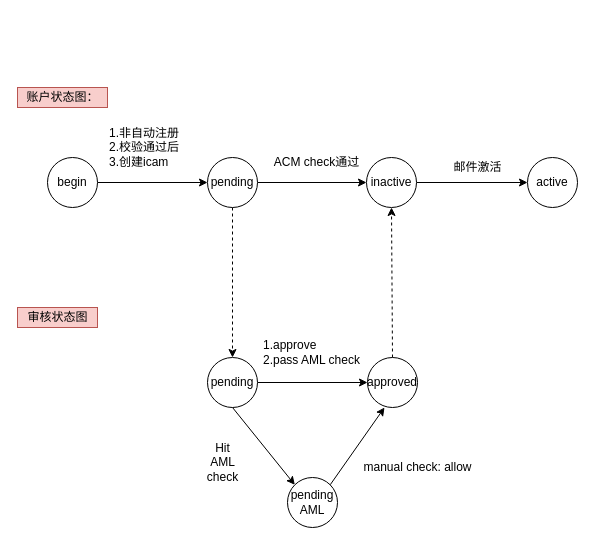
This is page "income-user-status-diagram" (9 of 9) of Untitled Diagram.drawio from wang86924324/workstation, a draw.io file, before an edit. Source tidied: cells renumbered, new cells numbered last; positions are measured from the earlier drawing's top-left corner, leaving out a move shared by most shapes. Both pictures are drawn from the tidied source at 100%, with x=0, y=0 at pixel (17, 87).
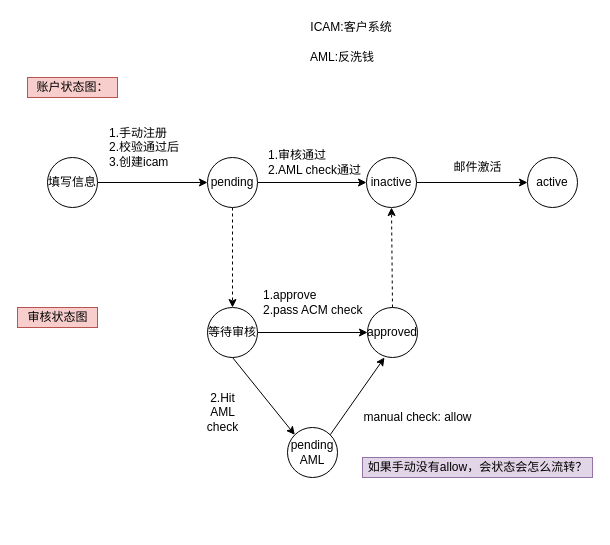
After the change.

The edit, as a diff of the source:
```diff
@@
-    <mxCell id="4" value="begin" style="ellipse;whiteSpace=wrap;html=1;" parent="1" vertex="1">
+    <mxCell id="4" value="填写信息" style="ellipse;whiteSpace=wrap;html=1;" parent="1" vertex="1">
       <mxGeometry x="30" y="70" width="50" height="50" as="geometry" />
     </mxCell>
-    <mxCell id="5" value="ACM check通过" style="text;html=1;align=center;verticalAlign=middle;strokeColor=none;" parent="1" vertex="1">
-      <mxGeometry x="249" y="65" width="100" height="20" as="geometry" />
+    <mxCell id="5" value="1.审核通过&lt;br&gt;2.AML check通过" style="text;html=1;align=left;verticalAlign=middle;strokeColor=none;" parent="1" vertex="1">
+      <mxGeometry x="249" y="60" width="110" height="30" as="geometry" />
     </mxCell>
     <mxCell id="6" value="账户状态图：" style="text;html=1;align=center;verticalAlign=middle;strokeColor=#b85450;fillColor=#f8cecc;" parent="1" vertex="1">
-      <mxGeometry width="90" height="20" as="geometry" />
+      <mxGeometry x="10" y="-10" width="90" height="20" as="geometry" />
     </mxCell>
@@
-    <mxCell id="8" value="1.approve&lt;br&gt;2.pass AML check" style="text;html=1;align=left;verticalAlign=middle;strokeColor=none;" parent="1" vertex="1">
-      <mxGeometry x="244" y="250" width="110" height="30" as="geometry" />
+    <mxCell id="8" value="1.approve&lt;br&gt;2.pass ACM check" style="text;html=1;align=left;verticalAlign=middle;strokeColor=none;" parent="1" vertex="1">
+      <mxGeometry x="244" y="200" width="110" height="30" as="geometry" />
     </mxCell>
-    <mxCell id="9" value="Hit &lt;br&gt;AML &lt;br&gt;check" style="text;html=1;align=center;verticalAlign=middle;strokeColor=none;" parent="1" vertex="1">
-      <mxGeometry x="180" y="350" width="50" height="50" as="geometry" />
+    <mxCell id="9" value="2.Hit &lt;br&gt;AML &lt;br&gt;check" style="text;html=1;align=center;verticalAlign=middle;strokeColor=none;" parent="1" vertex="1">
+      <mxGeometry x="180" y="300" width="50" height="50" as="geometry" />
     </mxCell>
     <mxCell id="10" value="manual check: allow" style="text;html=1;align=center;verticalAlign=middle;strokeColor=none;" parent="1" vertex="1">
-      <mxGeometry x="340" y="370" width="120" height="20" as="geometry" />
+      <mxGeometry x="340" y="320" width="120" height="20" as="geometry" />
     </mxCell>
-    <mxCell id="11" value="1.非自动注册&lt;br&gt;2.校验通过后&lt;br&gt;3.创建icam" style="text;html=1;align=left;verticalAlign=middle;strokeColor=none;" parent="1" vertex="1">
+    <mxCell id="11" value="1.手动注册&lt;br&gt;2.校验通过后&lt;br&gt;3.创建icam" style="text;html=1;align=left;verticalAlign=middle;strokeColor=none;" parent="1" vertex="1">
       <mxGeometry x="90" y="35" width="90" height="50" as="geometry" />
     </mxCell>
@@
-    <mxCell id="20" value="pending" style="ellipse;whiteSpace=wrap;html=1;" parent="1" vertex="1">
-      <mxGeometry x="190" y="270" width="50" height="50" as="geometry" />
+    <mxCell id="20" value="等待审核" style="ellipse;whiteSpace=wrap;html=1;" parent="1" vertex="1">
+      <mxGeometry x="190" y="220" width="50" height="50" as="geometry" />
     </mxCell>
@@
     <mxCell id="22" value="approved" style="ellipse;whiteSpace=wrap;html=1;" parent="1" vertex="1">
-      <mxGeometry x="350" y="270" width="50" height="50" as="geometry" />
+      <mxGeometry x="350" y="220" width="50" height="50" as="geometry" />
     </mxCell>
@@
     <mxCell id="24" value="pending&lt;br&gt;AML" style="ellipse;whiteSpace=wrap;html=1;" parent="1" vertex="1">
-      <mxGeometry x="270" y="390" width="50" height="50" as="geometry" />
+      <mxGeometry x="270" y="340" width="50" height="50" as="geometry" />
     </mxCell>
+    <mxCell id="25" value="ICAM:客户系统" style="text;html=1;strokeColor=none;fillColor=none;align=center;verticalAlign=middle;whiteSpace=wrap;rounded=0;" parent="1" vertex="1">
+      <mxGeometry x="269" y="-70" width="130" height="20" as="geometry" />
+    </mxCell>
+    <mxCell id="26" value="如果手动没有allow，会状态会怎么流转？" style="text;html=1;align=center;verticalAlign=middle;strokeColor=#9673a6;fillColor=#e1d5e7;" parent="1" vertex="1">
+      <mxGeometry x="345" y="370" width="230" height="20" as="geometry" />
+    </mxCell>
+    <mxCell id="27" value="AML:反洗钱" style="text;html=1;strokeColor=none;fillColor=none;align=center;verticalAlign=middle;whiteSpace=wrap;rounded=0;" parent="1" vertex="1">
+      <mxGeometry x="260" y="-40" width="130" height="20" as="geometry" />
+    </mxCell>
```
